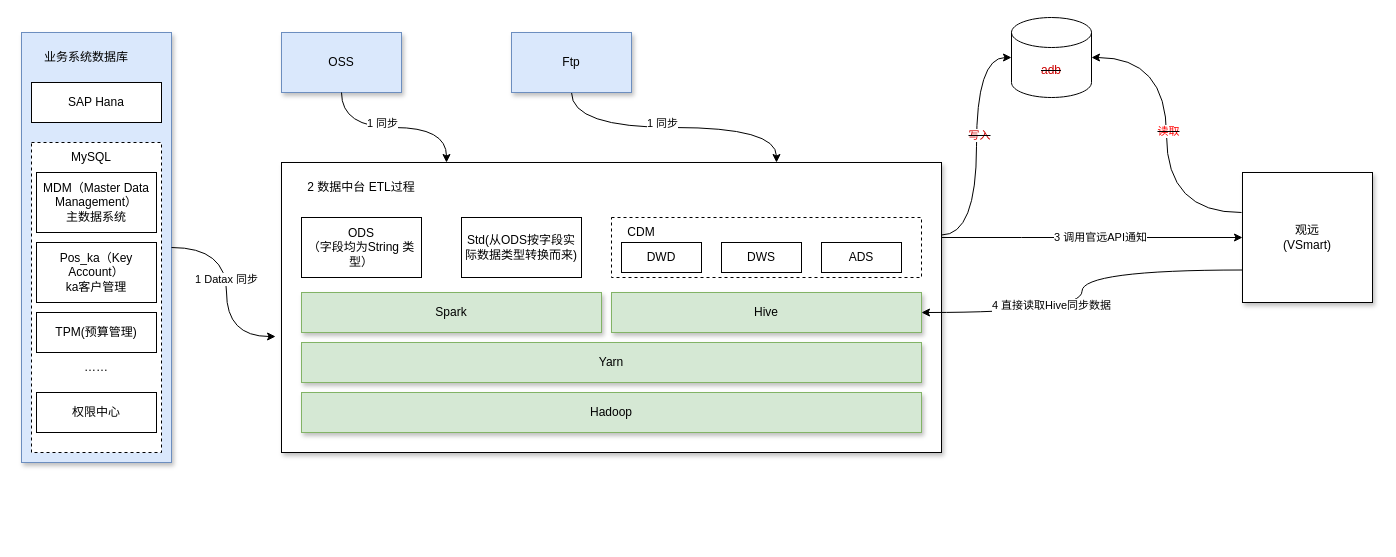
This is etl.drawio from fsJerryChan/fsJerryChan, a draw.io file, before an edit. Source tidied: cells renumbered, new cells numbered last; positions are measured from the earlier drawing's top-left corner, leaving out a move shared by most shapes. Both pictures are drawn from the tidied source at 100%, with x=0, y=0 at pixel (21, 17).
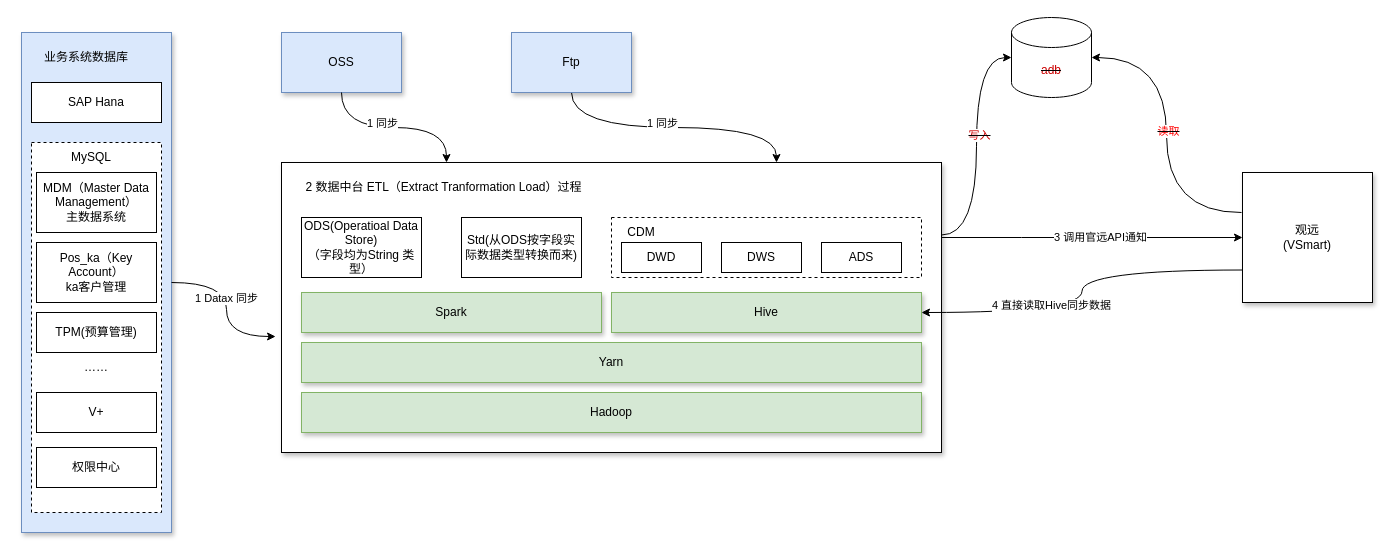
The same page after the edit.

The edit, as a diff of the source:
```diff
@@
     <mxCell id="2" style="rounded=0;whiteSpace=wrap;html=1;fillColor=#dae8fc;strokeColor=#6c8ebf;shadow=1;" parent="1" vertex="1">
-      <mxGeometry y="15" width="150" height="430" as="geometry" />
+      <mxGeometry y="15" width="150" height="500" as="geometry" />
     </mxCell>
@@
     <mxCell id="5" style="rounded=0;whiteSpace=wrap;html=1;dashed=1;" parent="1" vertex="1">
-      <mxGeometry x="10" y="125" width="130" height="310" as="geometry" />
+      <mxGeometry x="10" y="125" width="130" height="370" as="geometry" />
     </mxCell>
@@
-    <mxCell id="11" value="权限中心" style="rounded=0;whiteSpace=wrap;html=1;" parent="1" vertex="1">
+    <mxCell id="11" value="V+" style="rounded=0;whiteSpace=wrap;html=1;" parent="1" vertex="1">
       <mxGeometry x="15" y="375" width="120" height="40" as="geometry" />
     </mxCell>
@@
-    <mxCell id="23" value="ODS&lt;br&gt;（字段均为String 类型）" style="rounded=0;whiteSpace=wrap;html=1;" parent="1" vertex="1">
+    <mxCell id="23" value="ODS(Operatioal Data Store)&lt;br&gt;（字段均为String 类型）" style="rounded=0;whiteSpace=wrap;html=1;" parent="1" vertex="1">
       <mxGeometry x="280" y="200" width="120" height="60" as="geometry" />
     </mxCell>
-    <mxCell id="24" value="2 数据中台 ETL过程" style="text;strokeColor=none;align=center;fillColor=none;html=1;verticalAlign=middle;whiteSpace=wrap;rounded=0;" parent="1" vertex="1">
-      <mxGeometry x="275" y="155" width="130" height="30" as="geometry" />
+    <mxCell id="24" value="2 数据中台 ETL（Extract Tranformation Load）过程" style="text;strokeColor=none;align=center;fillColor=none;html=1;verticalAlign=middle;whiteSpace=wrap;rounded=0;" parent="1" vertex="1">
+      <mxGeometry x="275" y="155" width="295" height="30" as="geometry" />
     </mxCell>
@@
+    <mxCell id="43" style="edgeStyle=orthogonalEdgeStyle;rounded=0;orthogonalLoop=1;jettySize=auto;html=1;exitX=0.5;exitY=1;exitDx=0;exitDy=0;" parent="1" edge="1" source="11" target="11">
+      <mxGeometry relative="1" as="geometry" />
+    </mxCell>
+    <mxCell id="44" style="edgeStyle=orthogonalEdgeStyle;rounded=0;orthogonalLoop=1;jettySize=auto;html=1;exitX=0.5;exitY=1;exitDx=0;exitDy=0;" parent="1" edge="1" source="11" target="11">
+      <mxGeometry relative="1" as="geometry" />
+    </mxCell>
+    <mxCell id="45" value="权限中心" style="rounded=0;whiteSpace=wrap;html=1;" parent="1" vertex="1">
+      <mxGeometry x="15" y="430" width="120" height="40" as="geometry" />
+    </mxCell>
```
